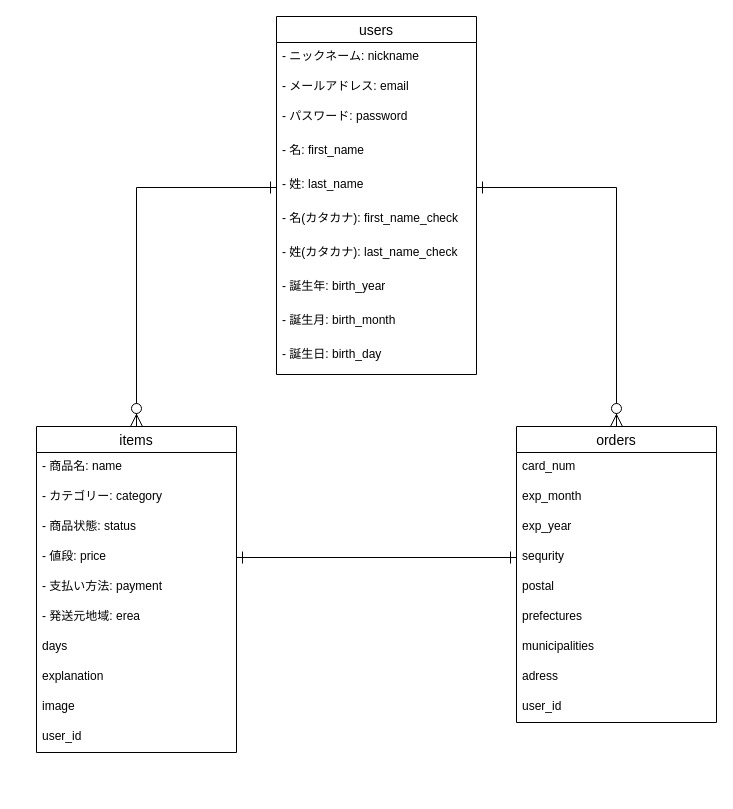
Before: furima.dio in tmynoy/furima-31731, a draw.io diagram. Source tidied: cells renumbered, new cells numbered last; positions are measured from the earlier drawing's top-left corner, leaving out a move shared by most shapes. Both pictures are drawn from the tidied source at 100%, with x=0, y=0 at pixel (36, 16).
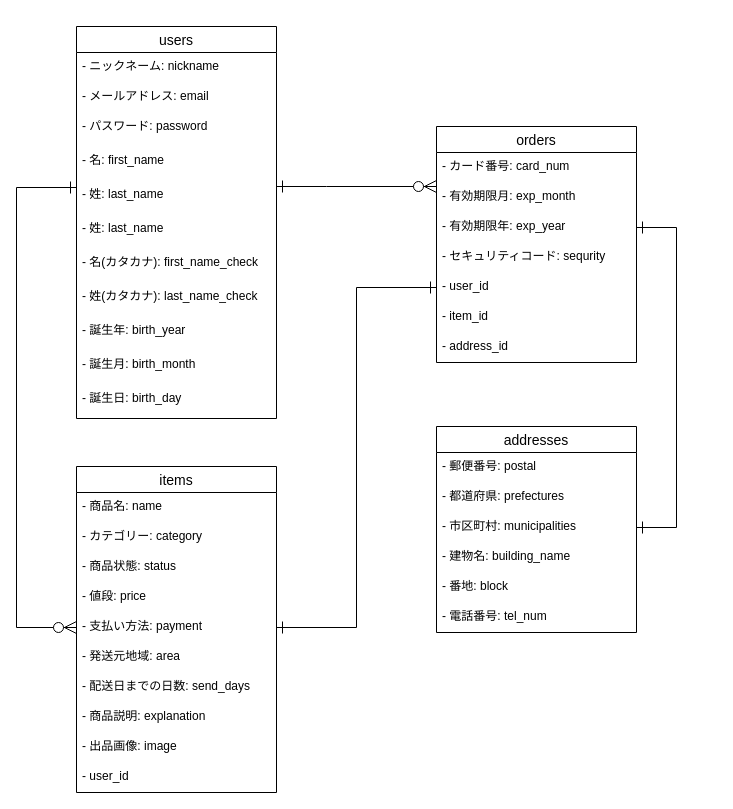
Above is the later version.

The change refers to these unchanged cells:
```xml
<mxCell id="6" value="- 値段: price" style="text;strokeColor=none;fillColor=none;spacingLeft=4;spacingRight=4;overflow=hidden;points=[[0,0.5],[1,0.5]];portConstraint=eastwest;fontSize=12;" parent="2" vertex="1">
  <mxGeometry y="116" width="200" height="30" as="geometry" />
</mxCell>
<mxCell id="7" value="- 支払い方法: payment" style="text;strokeColor=none;fillColor=none;spacingLeft=4;spacingRight=4;overflow=hidden;points=[[0,0.5],[1,0.5]];portConstraint=eastwest;fontSize=12;" parent="2" vertex="1">
  <mxGeometry y="146" width="200" height="30" as="geometry" />
</mxCell>
```

Change to the diagram source:
```diff
@@
+    <mxCell id="37" style="edgeStyle=orthogonalEdgeStyle;rounded=0;jettySize=auto;html=1;entryX=0;entryY=0.5;entryDx=0;entryDy=0;startArrow=ERone;startFill=0;endArrow=ERzeroToMany;endFill=1;endSize=10;startSize=10;" parent="1" edge="1" source="38" target="7">
+      <mxGeometry relative="1" as="geometry">
+        <Array as="points">
+          <mxPoint x="-20" y="171" />
+          <mxPoint x="-20" y="611" />
+        </Array>
+      </mxGeometry>
+    </mxCell>
     <mxCell id="2" value="items" style="swimlane;fontStyle=0;horizontal=1;startSize=26;align=center;fontSize=14;" parent="1" vertex="1">
-      <mxGeometry y="410" width="200" height="326" as="geometry" />
+      <mxGeometry x="40" y="450" width="200" height="326" as="geometry" />
     </mxCell>
@@
-    <mxCell id="8" value="- 発送元地域: erea" style="text;strokeColor=none;fillColor=none;spacingLeft=4;spacingRight=4;overflow=hidden;fontSize=12;" parent="2" vertex="1">
+    <mxCell id="8" value="- 発送元地域: area" style="text;strokeColor=none;fillColor=none;spacingLeft=4;spacingRight=4;overflow=hidden;fontSize=12;" parent="2" vertex="1">
       <mxGeometry y="176" width="200" height="30" as="geometry" />
     </mxCell>
-    <mxCell id="9" value="days" style="text;strokeColor=none;fillColor=none;spacingLeft=4;spacingRight=4;overflow=hidden;fontSize=12;" parent="2" vertex="1">
+    <mxCell id="9" value="- 配送日までの日数: send_days" style="text;strokeColor=none;fillColor=none;spacingLeft=4;spacingRight=4;overflow=hidden;fontSize=12;" parent="2" vertex="1">
       <mxGeometry y="206" width="200" height="30" as="geometry" />
     </mxCell>
-    <mxCell id="10" value="explanation" style="text;strokeColor=none;fillColor=none;spacingLeft=4;spacingRight=4;overflow=hidden;fontSize=12;" parent="2" vertex="1">
+    <mxCell id="10" value="- 商品説明: explanation" style="text;strokeColor=none;fillColor=none;spacingLeft=4;spacingRight=4;overflow=hidden;fontSize=12;" parent="2" vertex="1">
       <mxGeometry y="236" width="200" height="30" as="geometry" />
     </mxCell>
-    <mxCell id="11" value="image" style="text;strokeColor=none;fillColor=none;spacingLeft=4;spacingRight=4;overflow=hidden;fontSize=12;" parent="2" vertex="1">
+    <mxCell id="11" value="- 出品画像: image" style="text;strokeColor=none;fillColor=none;spacingLeft=4;spacingRight=4;overflow=hidden;fontSize=12;" parent="2" vertex="1">
       <mxGeometry y="266" width="200" height="30" as="geometry" />
     </mxCell>
-    <mxCell id="12" value="user_id" style="text;strokeColor=none;fillColor=none;spacingLeft=4;spacingRight=4;overflow=hidden;fontSize=12;" parent="2" vertex="1">
+    <mxCell id="12" value="- user_id" style="text;strokeColor=none;fillColor=none;spacingLeft=4;spacingRight=4;overflow=hidden;fontSize=12;" parent="2" vertex="1">
       <mxGeometry y="296" width="200" height="30" as="geometry" />
     </mxCell>
-    <mxCell id="13" value="orders" style="swimlane;fontStyle=0;horizontal=1;startSize=26;align=center;fontSize=14;" parent="1" vertex="1">
-      <mxGeometry x="480" y="410" width="200" height="296" as="geometry" />
-    </mxCell>
-    <mxCell id="14" value="card_num" style="text;strokeColor=none;fillColor=none;spacingLeft=4;spacingRight=4;overflow=hidden;fontSize=12;" parent="13" vertex="1">
-      <mxGeometry y="26" width="200" height="30" as="geometry" />
-    </mxCell>
-    <mxCell id="15" value="exp_month" style="text;strokeColor=none;fillColor=none;spacingLeft=4;spacingRight=4;overflow=hidden;points=[[0,0.5],[1,0.5]];portConstraint=eastwest;fontSize=12;" parent="13" vertex="1">
-      <mxGeometry y="56" width="200" height="30" as="geometry" />
-    </mxCell>
-    <mxCell id="16" value="exp_year" style="text;strokeColor=none;fillColor=none;spacingLeft=4;spacingRight=4;overflow=hidden;points=[[0,0.5],[1,0.5]];portConstraint=eastwest;fontSize=12;" parent="13" vertex="1">
-      <mxGeometry y="86" width="200" height="30" as="geometry" />
-    </mxCell>
-    <mxCell id="17" value="sequrity" style="text;strokeColor=none;fillColor=none;spacingLeft=4;spacingRight=4;overflow=hidden;points=[[0,0.5],[1,0.5]];portConstraint=eastwest;fontSize=12;" parent="13" vertex="1">
-      <mxGeometry y="116" width="200" height="30" as="geometry" />
-    </mxCell>
-    <mxCell id="18" value="postal" style="text;strokeColor=none;fillColor=none;spacingLeft=4;spacingRight=4;overflow=hidden;fontSize=12;" parent="13" vertex="1">
-      <mxGeometry y="146" width="200" height="30" as="geometry" />
-    </mxCell>
-    <mxCell id="19" value="prefectures" style="text;strokeColor=none;fillColor=none;spacingLeft=4;spacingRight=4;overflow=hidden;fontSize=12;" parent="13" vertex="1">
-      <mxGeometry y="176" width="200" height="30" as="geometry" />
-    </mxCell>
-    <mxCell id="20" value="municipalities" style="text;strokeColor=none;fillColor=none;spacingLeft=4;spacingRight=4;overflow=hidden;fontSize=12;" parent="13" vertex="1">
-      <mxGeometry y="206" width="200" height="30" as="geometry" />
-    </mxCell>
-    <mxCell id="21" value="adress" style="text;strokeColor=none;fillColor=none;spacingLeft=4;spacingRight=4;overflow=hidden;fontSize=12;" parent="13" vertex="1">
-      <mxGeometry y="236" width="200" height="30" as="geometry" />
-    </mxCell>
-    <mxCell id="22" value="user_id" style="text;strokeColor=none;fillColor=none;spacingLeft=4;spacingRight=4;overflow=hidden;fontSize=12;" parent="13" vertex="1">
-      <mxGeometry y="266" width="200" height="30" as="geometry" />
-    </mxCell>
-    <mxCell id="23" style="edgeStyle=orthogonalEdgeStyle;rounded=0;jettySize=auto;html=1;startArrow=ERone;startFill=0;endArrow=ERzeroToMany;endFill=1;targetPerimeterSpacing=0;strokeWidth=1;endSize=10;startSize=10;" parent="1" edge="1" source="31" target="2">
-      <mxGeometry relative="1" as="geometry" />
-    </mxCell>
-    <mxCell id="24" style="edgeStyle=orthogonalEdgeStyle;rounded=0;jettySize=auto;html=1;startArrow=ERone;startFill=0;startSize=10;endArrow=ERone;endFill=0;endSize=10;targetPerimeterSpacing=0;strokeWidth=1;exitX=0;exitY=0.5;exitDx=0;exitDy=0;" parent="1" edge="1" source="17" target="6">
-      <mxGeometry relative="1" as="geometry" />
-    </mxCell>
-    <mxCell id="25" style="edgeStyle=orthogonalEdgeStyle;rounded=0;jettySize=auto;html=1;entryX=0.5;entryY=0;entryDx=0;entryDy=0;startArrow=ERone;startFill=0;startSize=10;endArrow=ERzeroToMany;endFill=1;endSize=10;targetPerimeterSpacing=0;strokeWidth=1;" parent="1" edge="1" source="31" target="13">
-      <mxGeometry relative="1" as="geometry" />
-    </mxCell>
     <mxCell id="26" value="users" style="swimlane;fontStyle=0;horizontal=1;startSize=26;align=center;fontSize=14;" parent="1" vertex="1">
-      <mxGeometry x="240" width="200" height="358" as="geometry" />
+      <mxGeometry x="40" y="10" width="200" height="392" as="geometry" />
     </mxCell>
@@
+    <mxCell id="38" value="- 姓: last_name" style="text;strokeColor=none;fillColor=none;spacingLeft=4;spacingRight=4;overflow=hidden;points=[[0,0.5],[1,0.5]];portConstraint=eastwest;fontSize=12;" parent="26" vertex="1">
+      <mxGeometry y="154" width="200" height="34" as="geometry" />
+    </mxCell>
     <mxCell id="31" value="- 姓: last_name" style="text;strokeColor=none;fillColor=none;spacingLeft=4;spacingRight=4;overflow=hidden;points=[[0,0.5],[1,0.5]];portConstraint=eastwest;fontSize=12;" parent="26" vertex="1">
-      <mxGeometry y="154" width="200" height="34" as="geometry" />
+      <mxGeometry y="188" width="200" height="34" as="geometry" />
     </mxCell>
     <mxCell id="32" value="- 名(カタカナ): first_name_check" style="text;strokeColor=none;fillColor=none;spacingLeft=4;spacingRight=4;overflow=hidden;fontSize=12;" parent="26" vertex="1">
-      <mxGeometry y="188" width="200" height="34" as="geometry" />
+      <mxGeometry y="222" width="200" height="34" as="geometry" />
     </mxCell>
     <mxCell id="33" value="- 姓(カタカナ): last_name_check" style="text;strokeColor=none;fillColor=none;spacingLeft=4;spacingRight=4;overflow=hidden;fontSize=12;" parent="26" vertex="1">
-      <mxGeometry y="222" width="200" height="34" as="geometry" />
+      <mxGeometry y="256" width="200" height="34" as="geometry" />
     </mxCell>
     <mxCell id="34" value="- 誕生年: birth_year" style="text;strokeColor=none;fillColor=none;spacingLeft=4;spacingRight=4;overflow=hidden;fontSize=12;" parent="26" vertex="1">
-      <mxGeometry y="256" width="200" height="34" as="geometry" />
+      <mxGeometry y="290" width="200" height="34" as="geometry" />
     </mxCell>
     <mxCell id="35" value="- 誕生月: birth_month" style="text;strokeColor=none;fillColor=none;spacingLeft=4;spacingRight=4;overflow=hidden;fontSize=12;" parent="26" vertex="1">
-      <mxGeometry y="290" width="200" height="34" as="geometry" />
+      <mxGeometry y="324" width="200" height="34" as="geometry" />
     </mxCell>
     <mxCell id="36" value="- 誕生日: birth_day" style="text;strokeColor=none;fillColor=none;spacingLeft=4;spacingRight=4;overflow=hidden;fontSize=12;" parent="26" vertex="1">
-      <mxGeometry y="324" width="200" height="34" as="geometry" />
+      <mxGeometry y="358" width="200" height="34" as="geometry" />
     </mxCell>
+    <mxCell id="39" value="addresses" style="swimlane;fontStyle=0;horizontal=1;startSize=26;align=center;fontSize=14;" parent="1" vertex="1">
+      <mxGeometry x="400" y="410" width="200" height="206" as="geometry" />
+    </mxCell>
+    <mxCell id="40" value="- 郵便番号: postal" style="text;strokeColor=none;fillColor=none;spacingLeft=4;spacingRight=4;overflow=hidden;fontSize=12;" parent="39" vertex="1">
+      <mxGeometry y="26" width="200" height="30" as="geometry" />
+    </mxCell>
+    <mxCell id="41" value="- 都道府県: prefectures" style="text;strokeColor=none;fillColor=none;spacingLeft=4;spacingRight=4;overflow=hidden;fontSize=12;" parent="39" vertex="1">
+      <mxGeometry y="56" width="200" height="30" as="geometry" />
+    </mxCell>
+    <mxCell id="42" value="- 市区町村: municipalities" style="text;strokeColor=none;fillColor=none;spacingLeft=4;spacingRight=4;overflow=hidden;points=[[0,0.5],[1,0.5]];portConstraint=eastwest;fontSize=12;" parent="39" vertex="1">
+      <mxGeometry y="86" width="200" height="30" as="geometry" />
+    </mxCell>
+    <mxCell id="43" value="- 建物名: building_name" style="text;strokeColor=none;fillColor=none;spacingLeft=4;spacingRight=4;overflow=hidden;fontSize=12;" parent="39" vertex="1">
+      <mxGeometry y="116" width="200" height="30" as="geometry" />
+    </mxCell>
+    <mxCell id="44" value="- 番地: block" style="text;strokeColor=none;fillColor=none;spacingLeft=4;spacingRight=4;overflow=hidden;fontSize=12;" parent="39" vertex="1">
+      <mxGeometry y="146" width="200" height="30" as="geometry" />
+    </mxCell>
+    <mxCell id="45" value="- 電話番号: tel_num" style="text;strokeColor=none;fillColor=none;spacingLeft=4;spacingRight=4;overflow=hidden;fontSize=12;" parent="39" vertex="1">
+      <mxGeometry y="176" width="200" height="30" as="geometry" />
+    </mxCell>
+    <mxCell id="46" style="edgeStyle=orthogonalEdgeStyle;rounded=0;jettySize=auto;html=1;startArrow=ERone;startFill=0;startSize=10;endArrow=ERzeroToMany;endFill=1;endSize=10;" parent="1" edge="1" source="38" target="15">
+      <mxGeometry relative="1" as="geometry">
+        <Array as="points">
+          <mxPoint x="290" y="170" />
+          <mxPoint x="290" y="170" />
+        </Array>
+      </mxGeometry>
+    </mxCell>
+    <mxCell id="13" value="orders" style="swimlane;fontStyle=0;horizontal=1;startSize=26;align=center;fontSize=14;" parent="1" vertex="1">
+      <mxGeometry x="400" y="110" width="200" height="236" as="geometry" />
+    </mxCell>
+    <mxCell id="14" value="- カード番号: card_num" style="text;strokeColor=none;fillColor=none;spacingLeft=4;spacingRight=4;overflow=hidden;fontSize=12;" parent="13" vertex="1">
+      <mxGeometry y="26" width="200" height="30" as="geometry" />
+    </mxCell>
+    <mxCell id="15" value="- 有効期限月: exp_month" style="text;strokeColor=none;fillColor=none;spacingLeft=4;spacingRight=4;overflow=hidden;points=[[0,0.5],[1,0.5]];portConstraint=eastwest;fontSize=12;" parent="13" vertex="1">
+      <mxGeometry y="56" width="200" height="30" as="geometry" />
+    </mxCell>
+    <mxCell id="16" value="- 有効期限年: exp_year" style="text;strokeColor=none;fillColor=none;spacingLeft=4;spacingRight=4;overflow=hidden;points=[[0,0.5],[1,0.5]];portConstraint=eastwest;fontSize=12;" parent="13" vertex="1">
+      <mxGeometry y="86" width="200" height="30" as="geometry" />
+    </mxCell>
+    <mxCell id="17" value="- セキュリティコード: sequrity" style="text;strokeColor=none;fillColor=none;spacingLeft=4;spacingRight=4;overflow=hidden;points=[[0,0.5],[1,0.5]];portConstraint=eastwest;fontSize=12;" parent="13" vertex="1">
+      <mxGeometry y="116" width="200" height="30" as="geometry" />
+    </mxCell>
+    <mxCell id="47" value="- user_id" style="text;strokeColor=none;fillColor=none;spacingLeft=4;spacingRight=4;overflow=hidden;points=[[0,0.5],[1,0.5]];portConstraint=eastwest;fontSize=12;" parent="13" vertex="1">
+      <mxGeometry y="146" width="200" height="30" as="geometry" />
+    </mxCell>
+    <mxCell id="48" value="- item_id" style="text;strokeColor=none;fillColor=none;spacingLeft=4;spacingRight=4;overflow=hidden;fontSize=12;" parent="13" vertex="1">
+      <mxGeometry y="176" width="200" height="30" as="geometry" />
+    </mxCell>
+    <mxCell id="49" value="- address_id" style="text;strokeColor=none;fillColor=none;spacingLeft=4;spacingRight=4;overflow=hidden;fontSize=12;" parent="13" vertex="1">
+      <mxGeometry y="206" width="200" height="30" as="geometry" />
+    </mxCell>
+    <mxCell id="50" style="edgeStyle=orthogonalEdgeStyle;rounded=0;jettySize=auto;html=1;entryX=1;entryY=0.5;entryDx=0;entryDy=0;startArrow=ERone;startFill=0;startSize=10;endArrow=ERone;endFill=0;endSize=10;" parent="1" edge="1" source="47" target="7">
+      <mxGeometry relative="1" as="geometry" />
+    </mxCell>
+    <mxCell id="51" style="edgeStyle=orthogonalEdgeStyle;rounded=0;jettySize=auto;html=1;entryX=1;entryY=0.5;entryDx=0;entryDy=0;startArrow=ERone;startFill=0;startSize=10;endArrow=ERone;endFill=0;endSize=10;" parent="1" edge="1" source="16" target="42">
+      <mxGeometry relative="1" as="geometry">
+        <Array as="points">
+          <mxPoint x="640" y="211" />
+          <mxPoint x="640" y="511" />
+        </Array>
+      </mxGeometry>
+    </mxCell>
```
